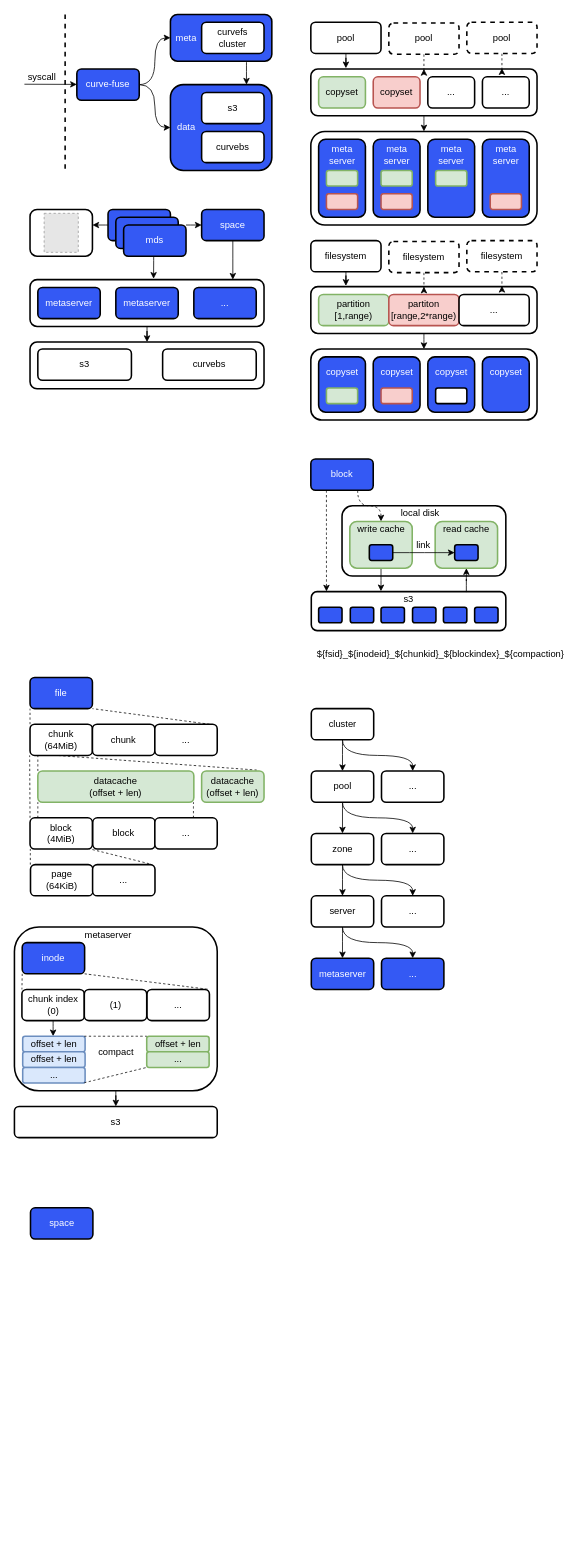
The draw.io diagram page "curvefs" (1 of 2) of curve/curve.drawio in EarthWind/deeparch, before the edit. Source tidied: cells renumbered, new cells numbered last; positions are measured from the earlier drawing's top-left corner, leaving out a move shared by most shapes. Both pictures are drawn from the tidied source at 78%, with x=0, y=0 at pixel (14, 14). Pictures stored in the file or linked from it are replaced by grey dashed boxes.
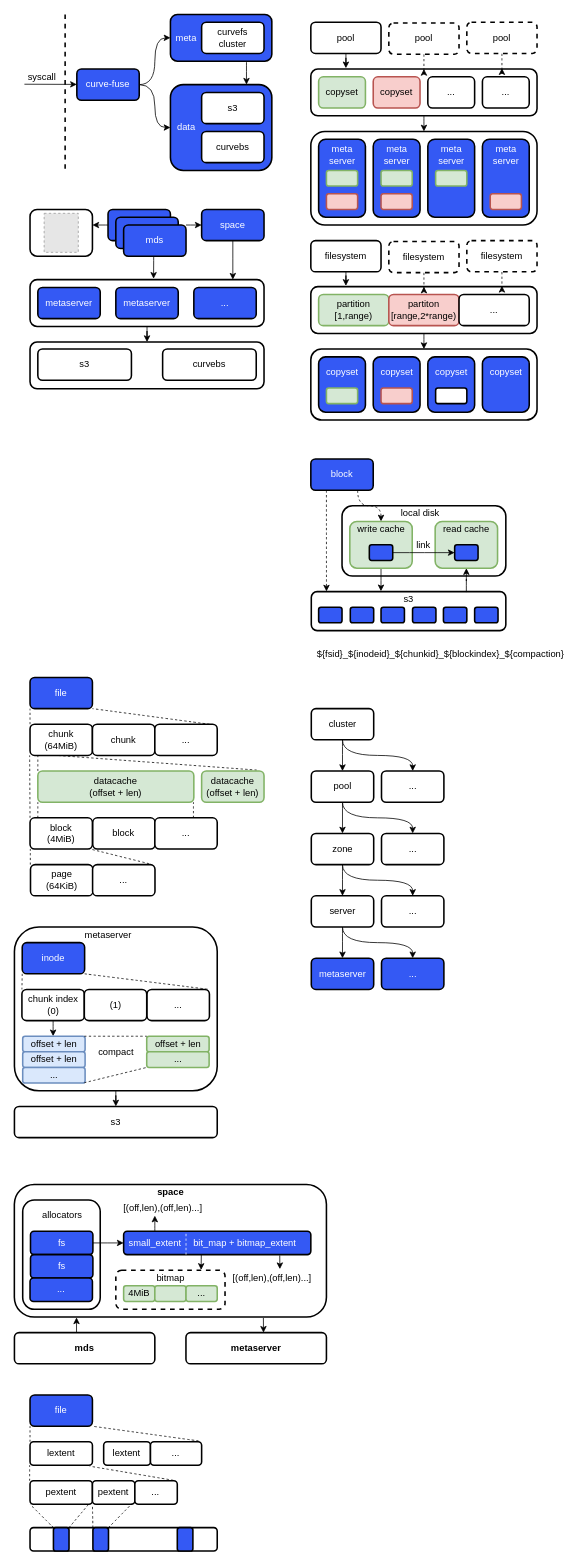
The same page after the edit.

What changed in the source:
```diff
@@
+    <mxCell id="167" style="edgeStyle=none;rounded=0;sketch=0;jettySize=auto;html=1;entryX=0.552;entryY=0.002;entryDx=0;entryDy=0;labelBorderColor=none;fontColor=#000000;startArrow=none;startFill=0;endArrow=classic;endFill=1;strokeColor=#000000;exitX=0.798;exitY=1.007;exitDx=0;exitDy=0;exitPerimeter=0;entryPerimeter=0;" parent="1" edge="1" source="168" target="190">
+      <mxGeometry relative="1" as="geometry" />
+    </mxCell>
+    <mxCell id="168" style="rounded=1;whiteSpace=wrap;html=1;strokeWidth=2;fillWeight=1;hachureGap=4;hachureAngle=45;sketch=0;shadow=0;" parent="1" vertex="1">
+      <mxGeometry x="-0.1" y="1500" width="400.1" height="170" as="geometry" />
+    </mxCell>
+    <mxCell id="169" style="rounded=1;whiteSpace=wrap;html=1;strokeWidth=2;fillWeight=1;hachureGap=4;hachureAngle=45;sketch=0;shadow=0;dashed=1;" parent="1" vertex="1">
+      <mxGeometry x="130" y="1610" width="140" height="50" as="geometry" />
+    </mxCell>
@@
-    <mxCell id="166" value="space" style="rounded=1;whiteSpace=wrap;html=1;strokeWidth=2;fillWeight=1;hachureGap=4;hachureAngle=45;sketch=0;shadow=0;fillColor=#3459F4;fontColor=#FFFFFF;" parent="1" vertex="1">
-      <mxGeometry x="20.6" y="1530" width="80" height="40" as="geometry" />
+    <mxCell id="166" style="rounded=1;whiteSpace=wrap;html=1;strokeWidth=2;fillWeight=1;hachureGap=4;hachureAngle=45;sketch=0;shadow=0;" parent="1" vertex="1">
+      <mxGeometry x="10.6" y="1520" width="99.4" height="140" as="geometry" />
     </mxCell>
+    <mxCell id="170" style="edgeStyle=orthogonalEdgeStyle;curved=1;rounded=0;sketch=0;jettySize=auto;html=1;entryX=0;entryY=0.5;entryDx=0;entryDy=0;entryPerimeter=0;labelBorderColor=none;fontColor=#000000;startArrow=none;startFill=0;endArrow=classic;endFill=1;strokeColor=#000000;" parent="1" edge="1" source="171" target="178">
+      <mxGeometry relative="1" as="geometry" />
+    </mxCell>
+    <mxCell id="171" value="fs" style="rounded=1;whiteSpace=wrap;html=1;strokeWidth=2;fillWeight=1;hachureGap=4;hachureAngle=45;sketch=0;shadow=0;fillColor=#3459F4;fontColor=#FFFFFF;" parent="1" vertex="1">
+      <mxGeometry x="20.6" y="1560" width="80" height="30" as="geometry" />
+    </mxCell>
+    <mxCell id="172" value="allocators" style="text;html=1;align=center;verticalAlign=middle;strokeColor=none;fillColor=none;fontColor=#000000;" parent="1" vertex="1">
+      <mxGeometry x="25.6" y="1530" width="70" height="20" as="geometry" />
+    </mxCell>
+    <mxCell id="173" value="fs" style="rounded=1;whiteSpace=wrap;html=1;strokeWidth=2;fillWeight=1;hachureGap=4;hachureAngle=45;sketch=0;shadow=0;fillColor=#3459F4;fontColor=#FFFFFF;" parent="1" vertex="1">
+      <mxGeometry x="20.6" y="1590" width="80" height="30" as="geometry" />
+    </mxCell>
+    <mxCell id="174" value="..." style="rounded=1;whiteSpace=wrap;html=1;strokeWidth=2;fillWeight=1;hachureGap=4;hachureAngle=45;sketch=0;shadow=0;fillColor=#3459F4;fontColor=#FFFFFF;" parent="1" vertex="1">
+      <mxGeometry x="20" y="1620" width="80" height="30" as="geometry" />
+    </mxCell>
+    <mxCell id="175" style="edgeStyle=none;rounded=0;sketch=0;jettySize=auto;html=1;entryX=0.586;entryY=-0.07;entryDx=0;entryDy=0;entryPerimeter=0;labelBorderColor=none;fontColor=#000000;startArrow=none;startFill=0;endArrow=classic;endFill=1;strokeColor=#000000;exitX=0.834;exitY=1.033;exitDx=0;exitDy=0;exitPerimeter=0;" parent="1" edge="1" source="176" target="187">
+      <mxGeometry relative="1" as="geometry" />
+    </mxCell>
+    <mxCell id="176" style="rounded=1;whiteSpace=wrap;html=1;strokeWidth=2;fillWeight=1;hachureGap=4;hachureAngle=45;sketch=0;shadow=0;fillColor=#3459F4;" parent="1" vertex="1">
+      <mxGeometry x="140" y="1560" width="240" height="30" as="geometry" />
+    </mxCell>
+    <mxCell id="177" style="edgeStyle=orthogonalEdgeStyle;curved=1;rounded=0;sketch=0;orthogonalLoop=1;jettySize=auto;html=1;labelBorderColor=none;fontColor=#000000;startArrow=none;startFill=0;endArrow=classic;endFill=1;strokeColor=#000000;" parent="1" edge="1">
+      <mxGeometry relative="1" as="geometry">
+        <mxPoint x="180" y="1560" as="sourcePoint" />
+        <mxPoint x="180" y="1540" as="targetPoint" />
+      </mxGeometry>
+    </mxCell>
+    <mxCell id="178" value="small_extent" style="text;html=1;align=center;verticalAlign=middle;points=[];strokeColor=none;fillColor=none;fontColor=#FFFFFF;" parent="1" vertex="1">
+      <mxGeometry x="140" y="1565" width="80" height="20" as="geometry" />
+    </mxCell>
+    <mxCell id="179" style="endArrow=none;dashed=1;html=1;rounded=0;labelBorderColor=none;sketch=0;fontColor=#000000;strokeColor=#FFFFFF;curved=1;" parent="1" edge="1">
+      <mxGeometry relative="1" as="geometry">
+        <mxPoint x="220" y="1590" as="sourcePoint" />
+        <mxPoint x="220" y="1560" as="targetPoint" />
+      </mxGeometry>
+    </mxCell>
+    <mxCell id="180" style="rounded=0;sketch=0;jettySize=auto;html=1;labelBorderColor=none;fontColor=#000000;startArrow=none;startFill=0;endArrow=classic;endFill=1;strokeColor=#000000;exitX=0.415;exitY=0.996;exitDx=0;exitDy=0;entryX=0.781;entryY=-0.009;entryDx=0;entryDy=0;exitPerimeter=0;entryPerimeter=0;" parent="1" edge="1" source="176" target="169">
+      <mxGeometry relative="1" as="geometry" />
+    </mxCell>
+    <mxCell id="181" value="bit_map + bitmap_extent" style="text;html=1;align=center;verticalAlign=middle;strokeColor=none;fillColor=none;fontColor=#FFFFFF;" parent="1" vertex="1">
+      <mxGeometry x="220" y="1565" width="150" height="20" as="geometry" />
+    </mxCell>
+    <mxCell id="182" value="[(off,len),(off,len)...]" style="text;html=1;align=center;verticalAlign=middle;strokeColor=none;fillColor=none;fontColor=#000000;" parent="1" vertex="1">
+      <mxGeometry x="130" y="1520" width="120" height="20" as="geometry" />
+    </mxCell>
+    <mxCell id="183" value="4MiB" style="rounded=1;whiteSpace=wrap;html=1;strokeWidth=2;fillWeight=1;hachureGap=4;hachureAngle=45;sketch=0;shadow=0;fillColor=#d5e8d4;strokeColor=#82b366;" parent="1" vertex="1">
+      <mxGeometry x="140" y="1630" width="40" height="20" as="geometry" />
+    </mxCell>
+    <mxCell id="184" style="rounded=1;whiteSpace=wrap;html=1;strokeWidth=2;fillWeight=1;hachureGap=4;hachureAngle=45;sketch=0;shadow=0;fillColor=#d5e8d4;strokeColor=#82b366;" parent="1" vertex="1">
+      <mxGeometry x="180" y="1630" width="40" height="20" as="geometry" />
+    </mxCell>
+    <mxCell id="185" value="..." style="rounded=1;whiteSpace=wrap;html=1;strokeWidth=2;fillWeight=1;hachureGap=4;hachureAngle=45;sketch=0;shadow=0;fillColor=#d5e8d4;strokeColor=#82b366;" parent="1" vertex="1">
+      <mxGeometry x="220" y="1630" width="40" height="20" as="geometry" />
+    </mxCell>
+    <mxCell id="186" value="bitmap" style="text;html=1;align=center;verticalAlign=middle;strokeColor=none;fillColor=none;fontColor=#000000;" parent="1" vertex="1">
+      <mxGeometry x="175" y="1610" width="50" height="20" as="geometry" />
+    </mxCell>
+    <mxCell id="187" value="[(off,len),(off,len)...]" style="text;html=1;align=center;verticalAlign=middle;points=[];strokeColor=none;fillColor=none;fontColor=#000000;" parent="1" vertex="1">
+      <mxGeometry x="270" y="1610" width="120" height="20" as="geometry" />
+    </mxCell>
+    <mxCell id="188" value="space" style="text;html=1;align=center;verticalAlign=middle;strokeColor=none;fillColor=none;fontColor=#000000;fontStyle=1;" parent="1" vertex="1">
+      <mxGeometry x="175" y="1500" width="50" height="20" as="geometry" />
+    </mxCell>
+    <mxCell id="189" value="mds" style="rounded=1;whiteSpace=wrap;html=1;strokeWidth=2;fillWeight=1;hachureGap=4;hachureAngle=45;sketch=0;shadow=0;fontStyle=1;" parent="1" vertex="1">
+      <mxGeometry y="1690" width="180" height="40" as="geometry" />
+    </mxCell>
+    <mxCell id="190" value="metaserver" style="rounded=1;whiteSpace=wrap;html=1;strokeWidth=2;fillWeight=1;hachureGap=4;hachureAngle=45;sketch=0;shadow=0;fontStyle=1;" parent="1" vertex="1">
+      <mxGeometry x="219.9" y="1690" width="180.1" height="40" as="geometry" />
+    </mxCell>
+    <mxCell id="191" style="edgeStyle=none;rounded=0;sketch=0;orthogonalLoop=1;jettySize=auto;html=1;entryX=0.5;entryY=0;entryDx=0;entryDy=0;labelBorderColor=none;fontColor=#000000;startArrow=classic;startFill=1;endArrow=none;endFill=0;strokeColor=#000000;exitX=0.775;exitY=1.003;exitDx=0;exitDy=0;exitPerimeter=0;" parent="1" edge="1">
+      <mxGeometry relative="1" as="geometry">
+        <mxPoint x="79.6" y="1670.5" as="sourcePoint" />
+        <mxPoint x="79.6" y="1690" as="targetPoint" />
+      </mxGeometry>
+    </mxCell>
+    <mxCell id="192" value="file" style="rounded=1;whiteSpace=wrap;html=1;strokeWidth=2;fillWeight=1;hachureGap=4;hachureAngle=45;sketch=0;shadow=0;fillColor=#3459F4;fontColor=#FFFFFF;" parent="1" vertex="1">
+      <mxGeometry x="20" y="1770" width="80" height="40" as="geometry" />
+    </mxCell>
+    <mxCell id="193" value="lextent" style="rounded=1;whiteSpace=wrap;html=1;strokeWidth=2;fillWeight=1;hachureGap=4;hachureAngle=45;sketch=0;shadow=0;" parent="1" vertex="1">
+      <mxGeometry x="20" y="1830" width="80" height="30" as="geometry" />
+    </mxCell>
+    <mxCell id="194" value="lextent" style="rounded=1;whiteSpace=wrap;html=1;strokeWidth=2;fillWeight=1;hachureGap=4;hachureAngle=45;sketch=0;shadow=0;" parent="1" vertex="1">
+      <mxGeometry x="114.4" y="1830" width="60" height="30" as="geometry" />
+    </mxCell>
+    <mxCell id="195" value="..." style="rounded=1;whiteSpace=wrap;html=1;strokeWidth=2;fillWeight=1;hachureGap=4;hachureAngle=45;sketch=0;shadow=0;" parent="1" vertex="1">
+      <mxGeometry x="174.4" y="1830" width="65.6" height="30" as="geometry" />
+    </mxCell>
+    <mxCell id="196" style="endArrow=none;dashed=1;html=1;rounded=0;sketch=0;fontColor=#FFFFFF;curved=1;" parent="1" edge="1">
+      <mxGeometry relative="1" as="geometry">
+        <mxPoint x="20" y="1830" as="sourcePoint" />
+        <mxPoint x="20" y="1810" as="targetPoint" />
+      </mxGeometry>
+    </mxCell>
+    <mxCell id="197" style="endArrow=none;dashed=1;html=1;rounded=0;sketch=0;fontColor=#FFFFFF;curved=1;exitX=0.939;exitY=-0.04;exitDx=0;exitDy=0;exitPerimeter=0;" parent="1" edge="1" source="195">
+      <mxGeometry relative="1" as="geometry">
+        <mxPoint x="100" y="1810" as="targetPoint" />
+      </mxGeometry>
+    </mxCell>
+    <mxCell id="198" value="pextent" style="rounded=1;whiteSpace=wrap;html=1;strokeWidth=2;fillWeight=1;hachureGap=4;hachureAngle=45;sketch=0;shadow=0;" parent="1" vertex="1">
+      <mxGeometry x="20" y="1880" width="80" height="30" as="geometry" />
+    </mxCell>
+    <mxCell id="199" value="pextent" style="rounded=1;whiteSpace=wrap;html=1;strokeWidth=2;fillWeight=1;hachureGap=4;hachureAngle=45;sketch=0;shadow=0;" parent="1" vertex="1">
+      <mxGeometry x="100" y="1880" width="54.4" height="30" as="geometry" />
+    </mxCell>
+    <mxCell id="200" value="..." style="rounded=1;whiteSpace=wrap;html=1;strokeWidth=2;fillWeight=1;hachureGap=4;hachureAngle=45;sketch=0;shadow=0;" parent="1" vertex="1">
+      <mxGeometry x="154.4" y="1880" width="54.4" height="30" as="geometry" />
+    </mxCell>
+    <mxCell id="201" style="endArrow=none;dashed=1;html=1;rounded=0;sketch=0;fontColor=#FFFFFF;curved=1;" parent="1" edge="1">
+      <mxGeometry relative="1" as="geometry">
+        <mxPoint x="19.5" y="1880" as="sourcePoint" />
+        <mxPoint x="19.5" y="1860" as="targetPoint" />
+      </mxGeometry>
+    </mxCell>
+    <mxCell id="202" style="endArrow=none;dashed=1;html=1;rounded=0;sketch=0;fontColor=#FFFFFF;curved=1;exitX=0.904;exitY=-0.024;exitDx=0;exitDy=0;exitPerimeter=0;" parent="1" edge="1" source="200">
+      <mxGeometry relative="1" as="geometry">
+        <mxPoint x="96.4" y="1861.2" as="targetPoint" />
+      </mxGeometry>
+    </mxCell>
+    <mxCell id="203" style="rounded=1;whiteSpace=wrap;html=1;strokeWidth=2;fillWeight=1;hachureGap=4;hachureAngle=45;sketch=0;shadow=0;" parent="1" vertex="1">
+      <mxGeometry x="20" y="1940" width="240" height="30" as="geometry" />
+    </mxCell>
+    <mxCell id="204" style="rounded=1;whiteSpace=wrap;html=1;strokeWidth=2;fillWeight=1;hachureGap=4;hachureAngle=45;sketch=0;shadow=0;fillColor=#3459F4;" parent="1" vertex="1">
+      <mxGeometry x="50" y="1940" width="20" height="30" as="geometry" />
+    </mxCell>
+    <mxCell id="205" style="rounded=1;whiteSpace=wrap;html=1;strokeWidth=2;fillWeight=1;hachureGap=4;hachureAngle=45;sketch=0;shadow=0;fillColor=#3459F4;" parent="1" vertex="1">
+      <mxGeometry x="100.6" y="1940" width="20" height="30" as="geometry" />
+    </mxCell>
+    <mxCell id="206" style="rounded=1;whiteSpace=wrap;html=1;strokeWidth=2;fillWeight=1;hachureGap=4;hachureAngle=45;sketch=0;shadow=0;fillColor=#3459F4;" parent="1" vertex="1">
+      <mxGeometry x="208.8" y="1940" width="20" height="30" as="geometry" />
+    </mxCell>
+    <mxCell id="207" style="endArrow=none;dashed=1;html=1;rounded=0;sketch=0;fontColor=#FFFFFF;curved=1;exitX=0;exitY=0;exitDx=0;exitDy=0;entryX=0;entryY=1;entryDx=0;entryDy=0;" parent="1" edge="1" source="204" target="198">
+      <mxGeometry relative="1" as="geometry" />
+    </mxCell>
+    <mxCell id="208" style="endArrow=none;dashed=1;html=1;rounded=0;sketch=0;fontColor=#FFFFFF;curved=1;" parent="1" edge="1">
+      <mxGeometry relative="1" as="geometry">
+        <mxPoint x="70" y="1940" as="sourcePoint" />
+        <mxPoint x="96" y="1909" as="targetPoint" />
+      </mxGeometry>
+    </mxCell>
+    <mxCell id="209" style="endArrow=none;dashed=1;html=1;rounded=0;sketch=0;fontColor=#FFFFFF;curved=1;exitX=1;exitY=0;exitDx=0;exitDy=0;entryX=0.939;entryY=0.96;entryDx=0;entryDy=0;entryPerimeter=0;" parent="1" edge="1" source="205" target="199">
+      <mxGeometry relative="1" as="geometry" />
+    </mxCell>
+    <mxCell id="210" style="endArrow=none;dashed=1;html=1;rounded=0;sketch=0;fontColor=#FFFFFF;curved=1;exitX=0;exitY=0;exitDx=0;exitDy=0;entryX=1;entryY=1;entryDx=0;entryDy=0;" parent="1" edge="1" source="205" target="198">
+      <mxGeometry relative="1" as="geometry" />
+    </mxCell>
```
